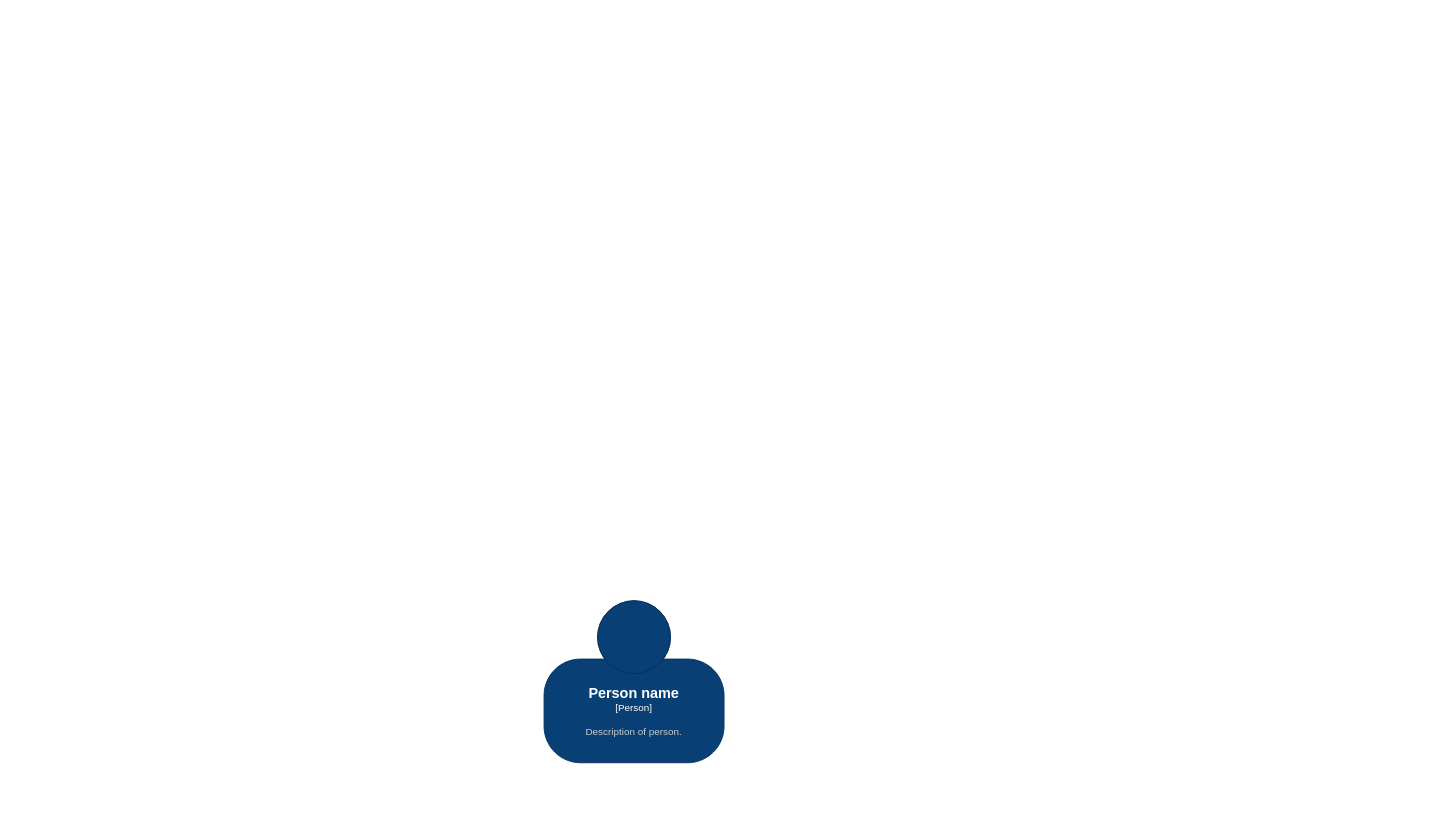
architectrons/arch-kata-2025 keeps this draw.io diagram as Certifiable c4.drawio. Above is the earlier version. Source tidied: cells renumbered, new cells numbered last; positions are measured from the earlier drawing's top-left corner, leaving out a move shared by most shapes. Both pictures are drawn from the tidied source at 90%, with x=0, y=0 at pixel (544, 600).
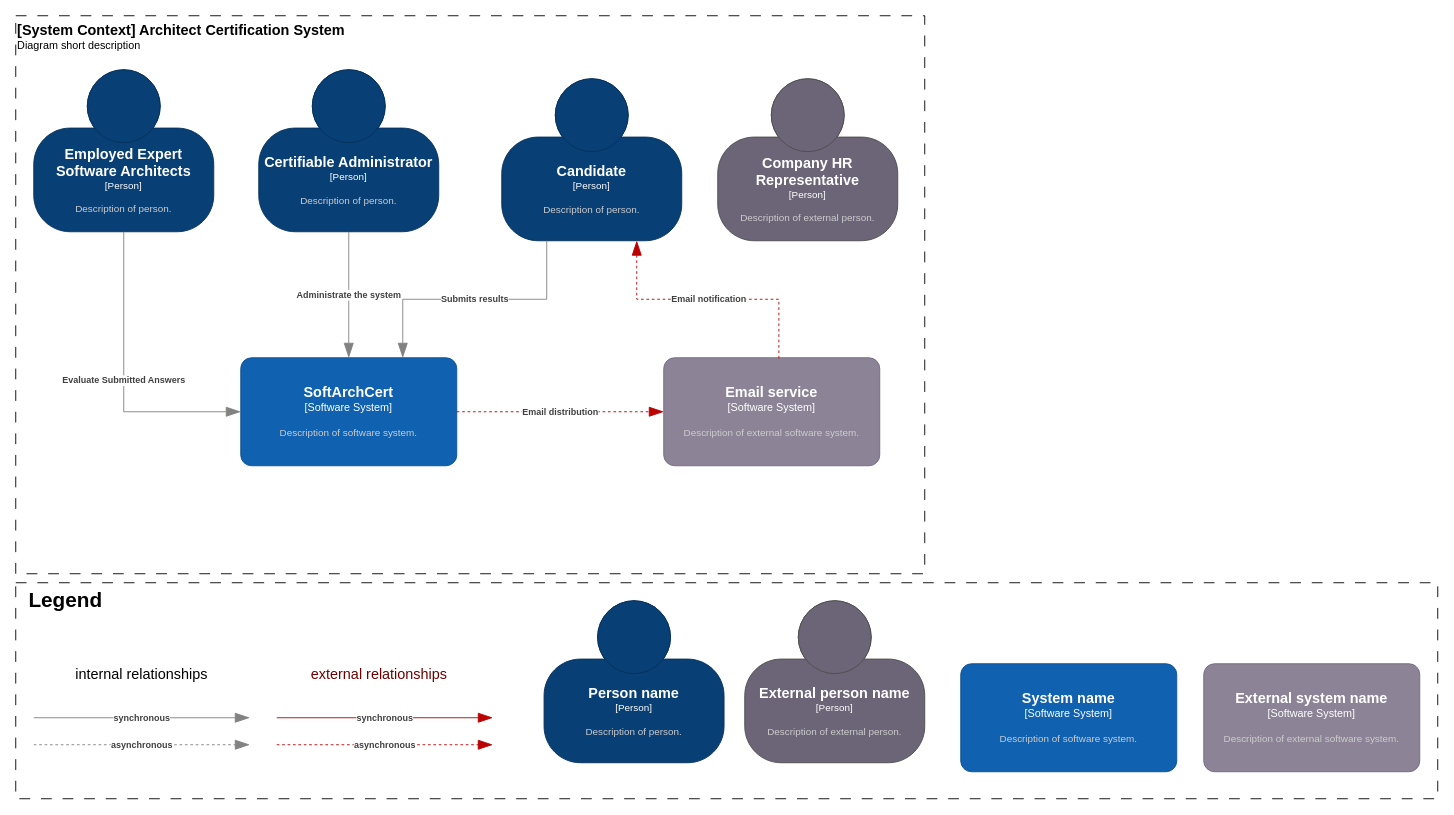
The same page after the edit.

What changed in the source:
```diff
@@
+    <mxCell id="3" style="rounded=0;whiteSpace=wrap;html=1;fillColor=none;dashed=1;dashPattern=12 12;" parent="1" vertex="1">
+      <mxGeometry x="-587" y="-20" width="1580" height="240" as="geometry" />
+    </mxCell>
+    <object id="4" label="&lt;font style=&quot;font-size: 16px&quot;&gt;&lt;b&gt;%c4Name%&lt;/b&gt;&lt;/font&gt;&lt;div&gt;[%c4Type%]&lt;/div&gt;&lt;br&gt;&lt;div&gt;&lt;font style=&quot;font-size: 11px&quot;&gt;&lt;font color=&quot;#cccccc&quot;&gt;%c4Description%&lt;/font&gt;&lt;/div&gt;" c4Description="Description of person." c4Name="Candidate" c4Type="Person" placeholders="1">
+      <mxCell style="html=1;fontSize=11;dashed=0;whiteSpace=wrap;fillColor=#083F75;strokeColor=#06315C;fontColor=#ffffff;shape=mxgraph.c4.person2;align=center;points=[[0.5,0,0],[1,0.5,0],[1,0.75,0],[0.75,1,0],[0.5,1,0],[0.25,1,0],[0,0.75,0],[0,0.5,0]];" parent="1" vertex="1">
+        <mxGeometry x="-47" y="-580" width="200" height="180" as="geometry" />
+      </mxCell>
+    </object>
+    <object id="5" label="&lt;font style=&quot;font-size: 16px&quot;&gt;&lt;b&gt;%c4Name%&lt;/b&gt;&lt;/font&gt;&lt;div&gt;[%c4Type%]&lt;/div&gt;&lt;br&gt;&lt;div&gt;&lt;font style=&quot;font-size: 11px&quot;&gt;&lt;font color=&quot;#cccccc&quot;&gt;%c4Description%&lt;/font&gt;&lt;/div&gt;" c4Description="Description of person." c4Name="Certifiable Administrator" c4Type="Person" placeholders="1">
+      <mxCell style="html=1;fontSize=11;dashed=0;whiteSpace=wrap;fillColor=#083F75;strokeColor=#06315C;fontColor=#ffffff;shape=mxgraph.c4.person2;align=center;points=[[0.5,0,0],[1,0.5,0],[1,0.75,0],[0.75,1,0],[0.5,1,0],[0.25,1,0],[0,0.75,0],[0,0.5,0]];" parent="1" vertex="1">
+        <mxGeometry x="-317" y="-590" width="200" height="180" as="geometry" />
+      </mxCell>
+    </object>
+    <object id="6" label="&lt;font style=&quot;font-size: 16px&quot;&gt;&lt;b&gt;%c4Name%&lt;/b&gt;&lt;/font&gt;&lt;div&gt;[%c4Type%]&lt;/div&gt;&lt;br&gt;&lt;div&gt;&lt;font style=&quot;font-size: 11px&quot;&gt;&lt;font color=&quot;#cccccc&quot;&gt;%c4Description%&lt;/font&gt;&lt;/div&gt;" c4Description="Description of person." c4Name="Employed Expert Software Architects" c4Type="Person" placeholders="1">
+      <mxCell style="html=1;fontSize=11;dashed=0;whiteSpace=wrap;fillColor=#083F75;strokeColor=#06315C;fontColor=#ffffff;shape=mxgraph.c4.person2;align=center;points=[[0.5,0,0],[1,0.5,0],[1,0.75,0],[0.75,1,0],[0.5,1,0],[0.25,1,0],[0,0.75,0],[0,0.5,0]];" parent="1" vertex="1">
+        <mxGeometry x="-567" y="-590" width="200" height="180" as="geometry" />
+      </mxCell>
+    </object>
+    <object id="7" label="&lt;font style=&quot;font-size: 16px&quot;&gt;&lt;b&gt;%c4Name%&lt;/b&gt;&lt;/font&gt;&lt;div&gt;[%c4Type%]&lt;/div&gt;&lt;br&gt;&lt;div&gt;&lt;font style=&quot;font-size: 11px&quot;&gt;&lt;font color=&quot;#cccccc&quot;&gt;%c4Description%&lt;/font&gt;&lt;/div&gt;" c4Description="Description of external person." c4Name="Company HR Representative" c4Type="Person" placeholders="1">
+      <mxCell style="html=1;fontSize=11;dashed=0;whiteSpace=wrap;fillColor=#6C6477;strokeColor=#4D4D4D;fontColor=#ffffff;shape=mxgraph.c4.person2;align=center;" parent="1" vertex="1">
+        <mxGeometry x="193" y="-580" width="200" height="180" as="geometry" />
+      </mxCell>
+    </object>
+    <object id="8" label="&lt;font style=&quot;font-size: 16px&quot;&gt;&lt;b&gt;%c4Name%&lt;/b&gt;&lt;/font&gt;&lt;div&gt;[%c4Type%]&lt;/div&gt;&lt;br&gt;&lt;div&gt;&lt;font style=&quot;font-size: 11px&quot;&gt;&lt;font color=&quot;#cccccc&quot;&gt;%c4Description%&lt;/font&gt;&lt;/div&gt;" c4Description="Description of software system." c4Name="SoftArchCert" c4Type="Software System" placeholders="1">
+      <mxCell style="rounded=1;whiteSpace=wrap;html=1;labelBackgroundColor=none;fillColor=#1061B0;fontColor=#ffffff;align=center;arcSize=10;strokeColor=#0D5091;points=[[0.25,0,0],[0.5,0,0],[0.75,0,0],[1,0.25,0],[1,0.5,0],[1,0.75,0],[0.75,1,0],[0.5,1,0],[0.25,1,0],[0,0.75,0],[0,0.5,0],[0,0.25,0]];" parent="1" vertex="1">
+        <mxGeometry x="-337" y="-270" width="240" height="120" as="geometry" />
+      </mxCell>
+    </object>
+    <object id="9" label="&lt;font style=&quot;font-size: 16px&quot;&gt;&lt;b&gt;%c4Name%&lt;/b&gt;&lt;/font&gt;&lt;div&gt;[%c4Type%]&lt;/div&gt;&lt;br&gt;&lt;div&gt;&lt;font style=&quot;font-size: 11px&quot;&gt;&lt;font color=&quot;#cccccc&quot;&gt;%c4Description%&lt;/font&gt;&lt;/div&gt;" c4Description="Description of external software system." c4Name="Email service" c4Type="Software System" placeholders="1">
+      <mxCell style="rounded=1;whiteSpace=wrap;html=1;labelBackgroundColor=none;fillColor=#8C8496;fontColor=#ffffff;align=center;arcSize=10;strokeColor=#736782;points=[[0.25,0,0],[0.5,0,0],[0.75,0,0],[1,0.25,0],[1,0.5,0],[1,0.75,0],[0.75,1,0],[0.5,1,0],[0.25,1,0],[0,0.75,0],[0,0.5,0],[0,0.25,0]];" parent="1" vertex="1">
+        <mxGeometry x="133" y="-270" width="240" height="120" as="geometry" />
+      </mxCell>
+    </object>
+    <object id="10" label="&lt;font style=&quot;font-size: 16px&quot;&gt;&lt;b&gt;&lt;div style=&quot;text-align: left&quot;&gt;%c4Name%&lt;/div&gt;&lt;/b&gt;&lt;/font&gt;&lt;div style=&quot;text-align: left&quot;&gt;%c4Description%&lt;/div&gt;" c4Description="Diagram short description" c4Name="[System Context] Architect Certification System" placeholders="1">
+      <mxCell style="text;html=1;strokeColor=default;fillColor=none;align=left;verticalAlign=top;whiteSpace=wrap;rounded=0;dashed=1;dashPattern=12 12;" parent="1" vertex="1">
+        <mxGeometry x="-587" y="-650" width="1010" height="620" as="geometry" />
+      </mxCell>
+    </object>
+    <mxCell id="11" value="&lt;font size=&quot;1&quot; color=&quot;#000000&quot;&gt;&lt;b style=&quot;font-size: 23px;&quot;&gt;Legend&lt;/b&gt;&lt;/font&gt;" style="text;html=1;align=center;verticalAlign=middle;strokeColor=none;fillColor=none;fontColor=#FFFFFF;" parent="1" vertex="1">
+      <mxGeometry x="-587" y="-20" width="110" height="40" as="geometry" />
+    </mxCell>
@@
+    <object id="12" label="&lt;font style=&quot;font-size: 16px&quot;&gt;&lt;b&gt;%c4Name%&lt;/b&gt;&lt;/font&gt;&lt;div&gt;[%c4Type%]&lt;/div&gt;&lt;br&gt;&lt;div&gt;&lt;font style=&quot;font-size: 11px&quot;&gt;&lt;font color=&quot;#cccccc&quot;&gt;%c4Description%&lt;/font&gt;&lt;/div&gt;" c4Description="Description of external person." c4Name="External person name" c4Type="Person" placeholders="1">
+      <mxCell style="html=1;fontSize=11;dashed=0;whiteSpace=wrap;fillColor=#6C6477;strokeColor=#4D4D4D;fontColor=#ffffff;shape=mxgraph.c4.person2;align=center;" parent="1" vertex="1">
+        <mxGeometry x="223" width="200" height="180" as="geometry" />
+      </mxCell>
+    </object>
+    <object id="13" label="&lt;font style=&quot;font-size: 16px&quot;&gt;&lt;b&gt;%c4Name%&lt;/b&gt;&lt;/font&gt;&lt;div&gt;[%c4Type%]&lt;/div&gt;&lt;br&gt;&lt;div&gt;&lt;font style=&quot;font-size: 11px&quot;&gt;&lt;font color=&quot;#cccccc&quot;&gt;%c4Description%&lt;/font&gt;&lt;/div&gt;" c4Description="Description of software system." c4Name="System name" c4Type="Software System" placeholders="1">
+      <mxCell style="rounded=1;whiteSpace=wrap;html=1;labelBackgroundColor=none;fillColor=#1061B0;fontColor=#ffffff;align=center;arcSize=10;strokeColor=#0D5091;" parent="1" vertex="1">
+        <mxGeometry x="463" y="70" width="240" height="120" as="geometry" />
+      </mxCell>
+    </object>
+    <object id="14" label="&lt;font style=&quot;font-size: 16px&quot;&gt;&lt;b&gt;%c4Name%&lt;/b&gt;&lt;/font&gt;&lt;div&gt;[%c4Type%]&lt;/div&gt;&lt;br&gt;&lt;div&gt;&lt;font style=&quot;font-size: 11px&quot;&gt;&lt;font color=&quot;#cccccc&quot;&gt;%c4Description%&lt;/font&gt;&lt;/div&gt;" c4Description="Description of external software system." c4Name="External system name" c4Type="Software System" placeholders="1">
+      <mxCell style="rounded=1;whiteSpace=wrap;html=1;labelBackgroundColor=none;fillColor=#8C8496;fontColor=#ffffff;align=center;arcSize=10;strokeColor=#736782;" parent="1" vertex="1">
+        <mxGeometry x="733" y="70" width="240" height="120" as="geometry" />
+      </mxCell>
+    </object>
+    <object id="15" label="&lt;div style=&quot;text-align: left&quot;&gt;&lt;div style=&quot;text-align: center&quot;&gt;&lt;b&gt;%c4Description%&lt;/b&gt;&lt;/div&gt;" c4Description="synchronous" placeholders="1">
+      <mxCell style="endArrow=blockThin;html=1;fontSize=10;fontColor=#404040;strokeWidth=1;endFill=1;strokeColor=#BA0000;elbow=vertical;endSize=14;startSize=14;jumpStyle=arc;jumpSize=16;rounded=0;edgeStyle=orthogonalEdgeStyle;fillColor=#a20025;" parent="1" edge="1">
+        <mxGeometry relative="1" as="geometry">
+          <mxPoint x="-297" y="130" as="sourcePoint" />
+          <mxPoint x="-57" y="130" as="targetPoint" />
+        </mxGeometry>
+      </mxCell>
+    </object>
+    <object id="16" label="&lt;div style=&quot;text-align: left&quot;&gt;&lt;div style=&quot;text-align: center&quot;&gt;&lt;b&gt;%c4Description%&lt;/b&gt;&lt;/div&gt;" c4Description="asynchronous" placeholders="1">
+      <mxCell style="endArrow=blockThin;html=1;fontSize=10;fontColor=#404040;strokeWidth=1;endFill=1;strokeColor=#BA0000;elbow=vertical;endSize=14;startSize=14;jumpStyle=arc;jumpSize=16;rounded=0;edgeStyle=orthogonalEdgeStyle;dashed=1;fillColor=#a20025;" parent="1" edge="1">
+        <mxGeometry relative="1" as="geometry">
+          <mxPoint x="-297" y="160" as="sourcePoint" />
+          <mxPoint x="-57" y="160" as="targetPoint" />
+        </mxGeometry>
+      </mxCell>
+    </object>
+    <mxCell id="17" value="&lt;font&gt;&lt;span style=&quot;font-size: 16px;&quot;&gt;external relationships&lt;/span&gt;&lt;/font&gt;" style="text;html=1;align=center;verticalAlign=middle;whiteSpace=wrap;rounded=0;fontSize=36;fillColor=none;fontColor=#6F0000;" parent="1" vertex="1">
+      <mxGeometry x="-271" y="60" width="176" height="30" as="geometry" />
+    </mxCell>
+    <object id="18" label="&lt;div style=&quot;text-align: left&quot;&gt;&lt;div style=&quot;text-align: center&quot;&gt;&lt;b&gt;%c4Description%&lt;/b&gt;&lt;/div&gt;" c4Description="synchronous" placeholders="1">
+      <mxCell style="endArrow=blockThin;html=1;fontSize=10;fontColor=#404040;strokeWidth=1;endFill=1;strokeColor=#828282;elbow=vertical;endSize=14;startSize=14;jumpStyle=arc;jumpSize=16;rounded=0;edgeStyle=orthogonalEdgeStyle;" parent="1" edge="1">
+        <mxGeometry relative="1" as="geometry">
+          <mxPoint x="-567" y="130" as="sourcePoint" />
+          <mxPoint x="-327" y="130" as="targetPoint" />
+        </mxGeometry>
+      </mxCell>
+    </object>
+    <object id="19" label="&lt;div style=&quot;text-align: left&quot;&gt;&lt;div style=&quot;text-align: center&quot;&gt;&lt;b&gt;%c4Description%&lt;/b&gt;&lt;/div&gt;" c4Description="asynchronous" placeholders="1">
+      <mxCell style="endArrow=blockThin;html=1;fontSize=10;fontColor=#404040;strokeWidth=1;endFill=1;strokeColor=#828282;elbow=vertical;endSize=14;startSize=14;jumpStyle=arc;jumpSize=16;rounded=0;edgeStyle=orthogonalEdgeStyle;dashed=1;" parent="1" edge="1">
+        <mxGeometry relative="1" as="geometry">
+          <mxPoint x="-567" y="160" as="sourcePoint" />
+          <mxPoint x="-327" y="160" as="targetPoint" />
+        </mxGeometry>
+      </mxCell>
+    </object>
+    <mxCell id="20" value="&lt;font color=&quot;#000000&quot; style=&quot;font-size: 16px;&quot;&gt;internal relationships&lt;/font&gt;" style="text;html=1;strokeColor=none;fillColor=none;align=center;verticalAlign=middle;whiteSpace=wrap;rounded=0;fontSize=36;" parent="1" vertex="1">
+      <mxGeometry x="-535" y="60" width="176" height="30" as="geometry" />
+    </mxCell>
+    <object id="21" label="&lt;div style=&quot;text-align: left&quot;&gt;&lt;div style=&quot;text-align: center&quot;&gt;&lt;b&gt;%c4Description%&lt;/b&gt;&lt;/div&gt;" c4Description="Email distribution " placeholders="1">
+      <mxCell style="endArrow=blockThin;html=1;fontSize=10;fontColor=#404040;strokeWidth=1;endFill=1;strokeColor=#BA0000;elbow=vertical;endSize=14;startSize=14;jumpStyle=arc;jumpSize=16;rounded=0;edgeStyle=orthogonalEdgeStyle;dashed=1;fillColor=#a20025;exitX=1;exitY=0.5;exitDx=0;exitDy=0;exitPerimeter=0;" parent="1" edge="1" source="8" target="9">
+        <mxGeometry relative="1" as="geometry" />
+      </mxCell>
+    </object>
+    <object id="22" label="&lt;div style=&quot;text-align: left&quot;&gt;&lt;div style=&quot;text-align: center&quot;&gt;&lt;b&gt;%c4Description%&lt;/b&gt;&lt;/div&gt;" c4Description="Email notification" placeholders="1">
+      <mxCell style="endArrow=blockThin;html=1;fontSize=10;fontColor=#404040;strokeWidth=1;endFill=1;strokeColor=#BA0000;elbow=vertical;endSize=14;startSize=14;jumpStyle=arc;jumpSize=16;rounded=0;edgeStyle=orthogonalEdgeStyle;dashed=1;fillColor=#a20025;exitX=0.533;exitY=0.007;exitDx=0;exitDy=0;exitPerimeter=0;entryX=0.75;entryY=1;entryDx=0;entryDy=0;entryPerimeter=0;" parent="1" edge="1" source="9" target="4">
+        <mxGeometry relative="1" as="geometry" />
+      </mxCell>
+    </object>
+    <object id="23" label="&lt;div style=&quot;text-align: left&quot;&gt;&lt;div style=&quot;text-align: center&quot;&gt;&lt;b&gt;%c4Description%&lt;/b&gt;&lt;/div&gt;" c4Description="Evaluate Submitted Answers" placeholders="1">
+      <mxCell style="endArrow=blockThin;html=1;fontSize=10;fontColor=#404040;strokeWidth=1;endFill=1;strokeColor=#828282;elbow=vertical;endSize=14;startSize=14;jumpStyle=arc;jumpSize=16;rounded=0;edgeStyle=orthogonalEdgeStyle;exitX=0.5;exitY=1;exitDx=0;exitDy=0;exitPerimeter=0;entryX=0;entryY=0.5;entryDx=0;entryDy=0;entryPerimeter=0;" parent="1" edge="1" source="6" target="8">
+        <mxGeometry relative="1" as="geometry" />
+      </mxCell>
+    </object>
+    <object id="24" label="&lt;div style=&quot;text-align: left&quot;&gt;&lt;div style=&quot;text-align: center&quot;&gt;&lt;b&gt;%c4Description%&lt;/b&gt;&lt;/div&gt;" c4Description="Administrate the system" placeholders="1">
+      <mxCell style="endArrow=blockThin;html=1;fontSize=10;fontColor=#404040;strokeWidth=1;endFill=1;strokeColor=#828282;elbow=vertical;endSize=14;startSize=14;jumpStyle=arc;jumpSize=16;rounded=0;edgeStyle=orthogonalEdgeStyle;exitX=0.5;exitY=1;exitDx=0;exitDy=0;exitPerimeter=0;entryX=0.5;entryY=0;entryDx=0;entryDy=0;entryPerimeter=0;" parent="1" edge="1" source="5" target="8">
+        <mxGeometry relative="1" as="geometry" />
+      </mxCell>
+    </object>
+    <object id="25" label="&lt;div style=&quot;text-align: left&quot;&gt;&lt;div style=&quot;text-align: center&quot;&gt;&lt;b&gt;%c4Description%&lt;/b&gt;&lt;/div&gt;" c4Description="Submits results" placeholders="1">
+      <mxCell style="endArrow=blockThin;html=1;fontSize=10;fontColor=#404040;strokeWidth=1;endFill=1;strokeColor=#828282;elbow=vertical;endSize=14;startSize=14;jumpStyle=arc;jumpSize=16;rounded=0;edgeStyle=orthogonalEdgeStyle;exitX=0.25;exitY=1;exitDx=0;exitDy=0;exitPerimeter=0;entryX=0.75;entryY=0;entryDx=0;entryDy=0;entryPerimeter=0;" parent="1" edge="1" source="4" target="8">
+        <mxGeometry relative="1" as="geometry" />
+      </mxCell>
+    </object>
```
